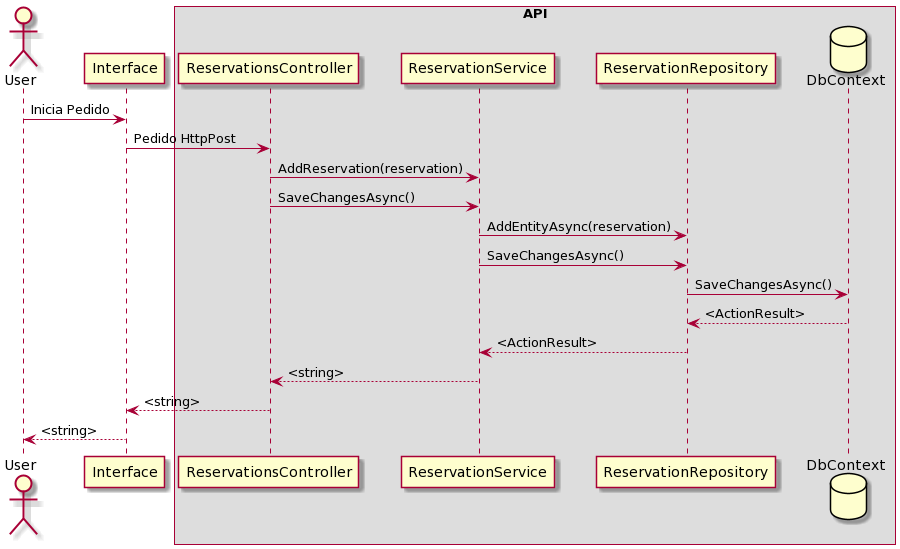
Earlier version of the PlantUML export Documentos/3_APICentral(iParkMedusa)/UC4/UC4_DS.png (UPskillDOTNET/SapienSoft). Source of this version:
```plantuml
@startuml
Actor User
User -> Interface: Inicia Pedido
box API
Interface -> ReservationsController: Pedido HttpPost
ReservationsController -> ReservationService: AddReservation(reservation)
ReservationsController -> ReservationService : SaveChangesAsync()
ReservationService -> ReservationRepository: AddEntityAsync(reservation)
ReservationService -> ReservationRepository : SaveChangesAsync()
database DbContext
ReservationRepository -> DbContext: SaveChangesAsync()
DbContext--> ReservationRepository: <ActionResult>
ReservationRepository --> ReservationService: <ActionResult>
ReservationService --> ReservationsController: <string>
end box
ReservationsController --> Interface: <string>
Interface --> User: <string>
@enduml
```
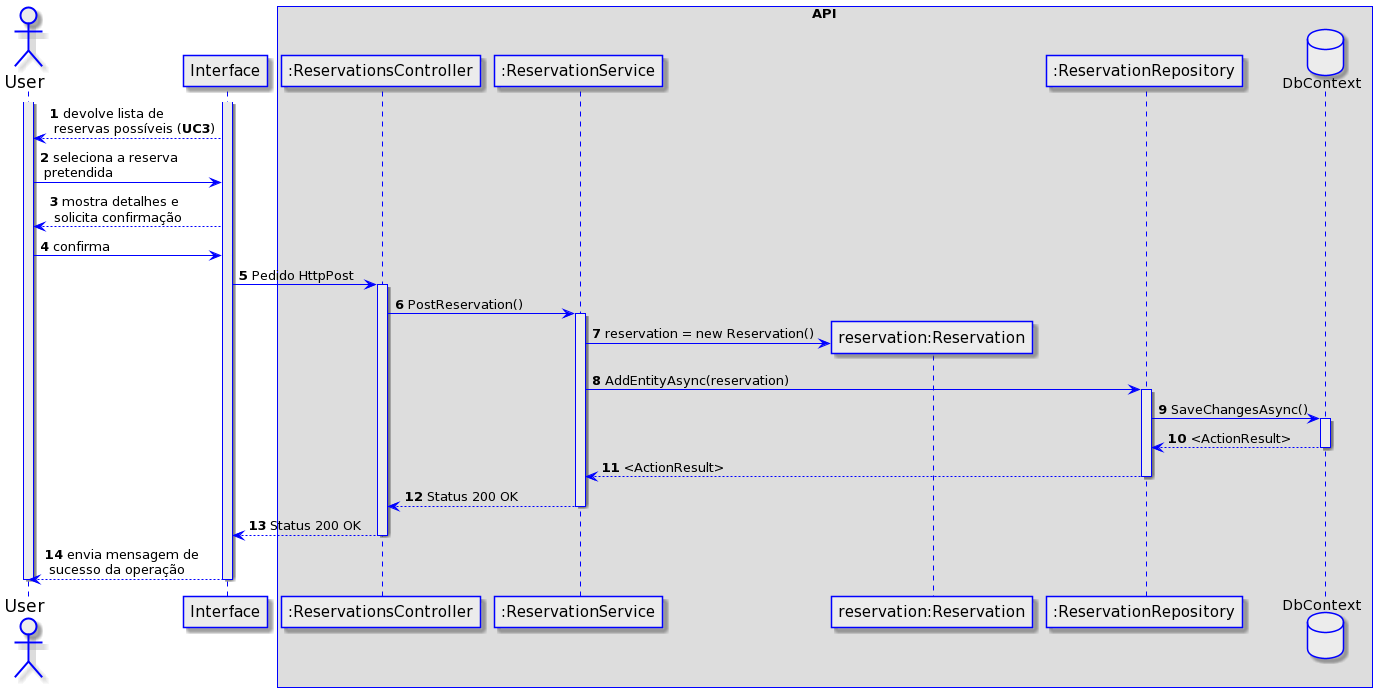
Later version of the same file.

Commit message:
UC4 Sequence Diagram updated

The edit, as a diff of the source:
```diff
@@ -1,18 +1,61 @@
 @startuml
-Actor User
-User -> Interface: Inicia Pedido
+skinparam {
+ActorBorderColor Blue
+ParticipantBorderColor Blue
+ParticipantBackgroundColor #ECECEC
+ParticipantFontName Impact
+ParticipantFontSize 15
+ParticipantFontColor black
+ActorBackgroundColor #ECECEC
+ActorFontSize 17
+ActorFontName Aapex
+DatabaseBackgroundColor #ECECEC
+DatabaseBorderColor Blue
+}
+
+skinparam sequence {
+LifeLineBorderColor Blue
+LifeLineBackgroundColor #ECECEC
+BoxBorderColor Blue
+ArrowColor Blue
+}
+
+actor User as U
+participant Interface as I
 box API
-Interface -> ReservationsController: Pedido HttpPost
-ReservationsController -> ReservationService: AddReservation(reservation)
-ReservationsController -> ReservationService : SaveChangesAsync()
-ReservationService -> ReservationRepository: AddEntityAsync(reservation)
-ReservationService -> ReservationRepository : SaveChangesAsync()
-database DbContext
-ReservationRepository -> DbContext: SaveChangesAsync()
-DbContext--> ReservationRepository: <ActionResult>
-ReservationRepository --> ReservationService: <ActionResult>
-ReservationService --> ReservationsController: <string>
+participant ":ReservationsController" as RC
+participant ":ReservationService" as RS
+participant "reservation:Reservation" as R
+participant ":ReservationRepository" as RR
+database DbContext as DB
 end box
-ReservationsController --> Interface: <string>
-Interface --> User: <string>
+
+activate U
+activate I
+I --> U: **1** devolve lista de \n reservas possíveis (**UC3**)
+U -> I: **2** seleciona a reserva \n pretendida
+I --> U: **3** mostra detalhes e \n solicita confirmação
+U -> I: **4** confirma
+box API
+I -> RC: **5** Pedido HttpPost
+activate RC
+RC -> RS: **6** PostReservation()
+activate RS
+RS -> R**: **7** reservation = new Reservation()
+RS -> RR: **8** AddEntityAsync(reservation)
+activate RR
+RR -> DB: **9** SaveChangesAsync()
+activate DB
+DB --> RR: **10** <ActionResult>
+deactivate DB
+RR --> RS: **11** <ActionResult>
+deactivate RR
+RS --> RC: **12** Status 200 OK
+deactivate RS
+RC --> I: **13** Status 200 OK
+deactivate RC
+end box
+I --> U: **14** envia mensagem de \n sucesso da operação
+deactivate U
+deactivate I
 @enduml
```
